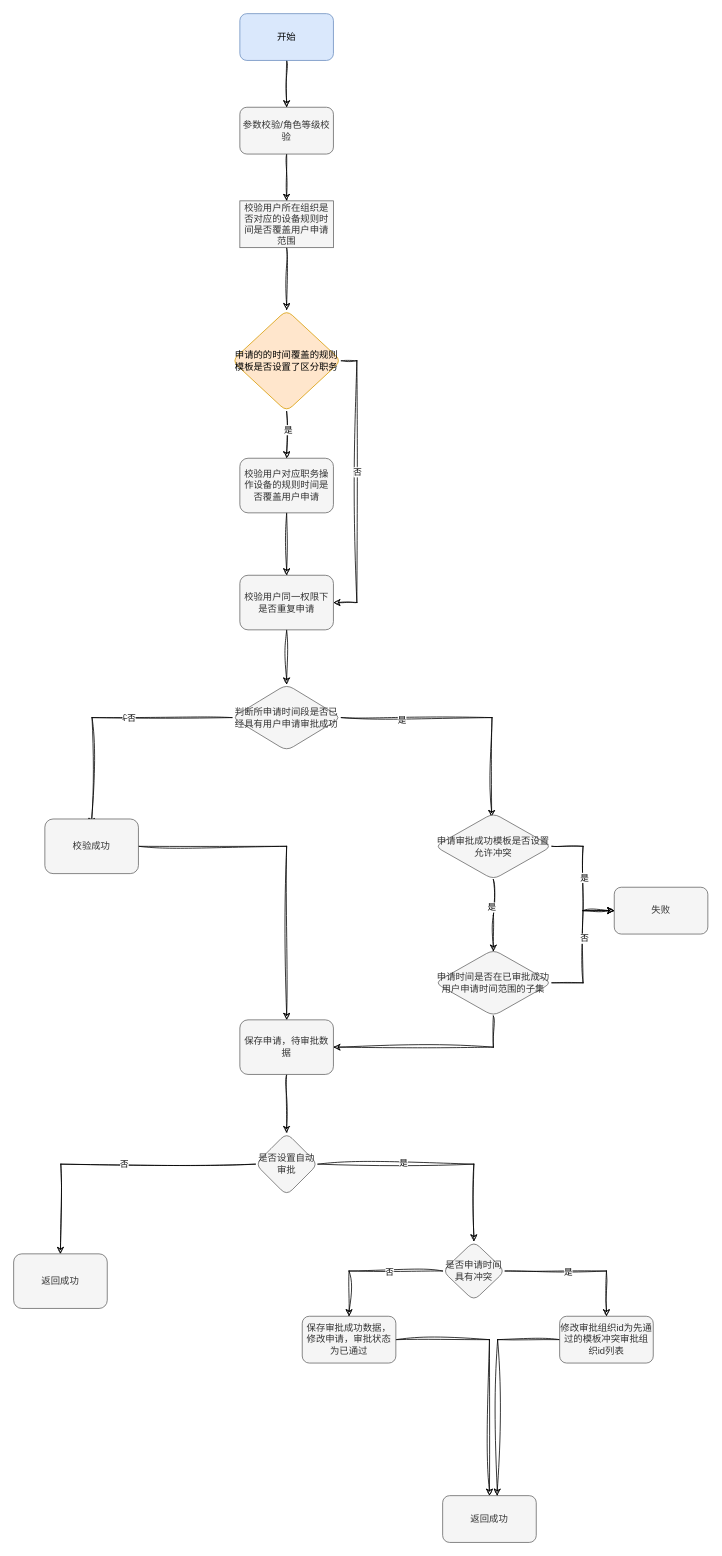
Above: 未命名绘图.drawio in yp001001/api-gateway (draw.io), before the change. Source tidied: cells renumbered, new cells numbered last; positions are measured from the earlier drawing's top-left corner, leaving out a move shared by most shapes. Both pictures are drawn from the tidied source at 78%, with x=0, y=0 at pixel (13, 13).
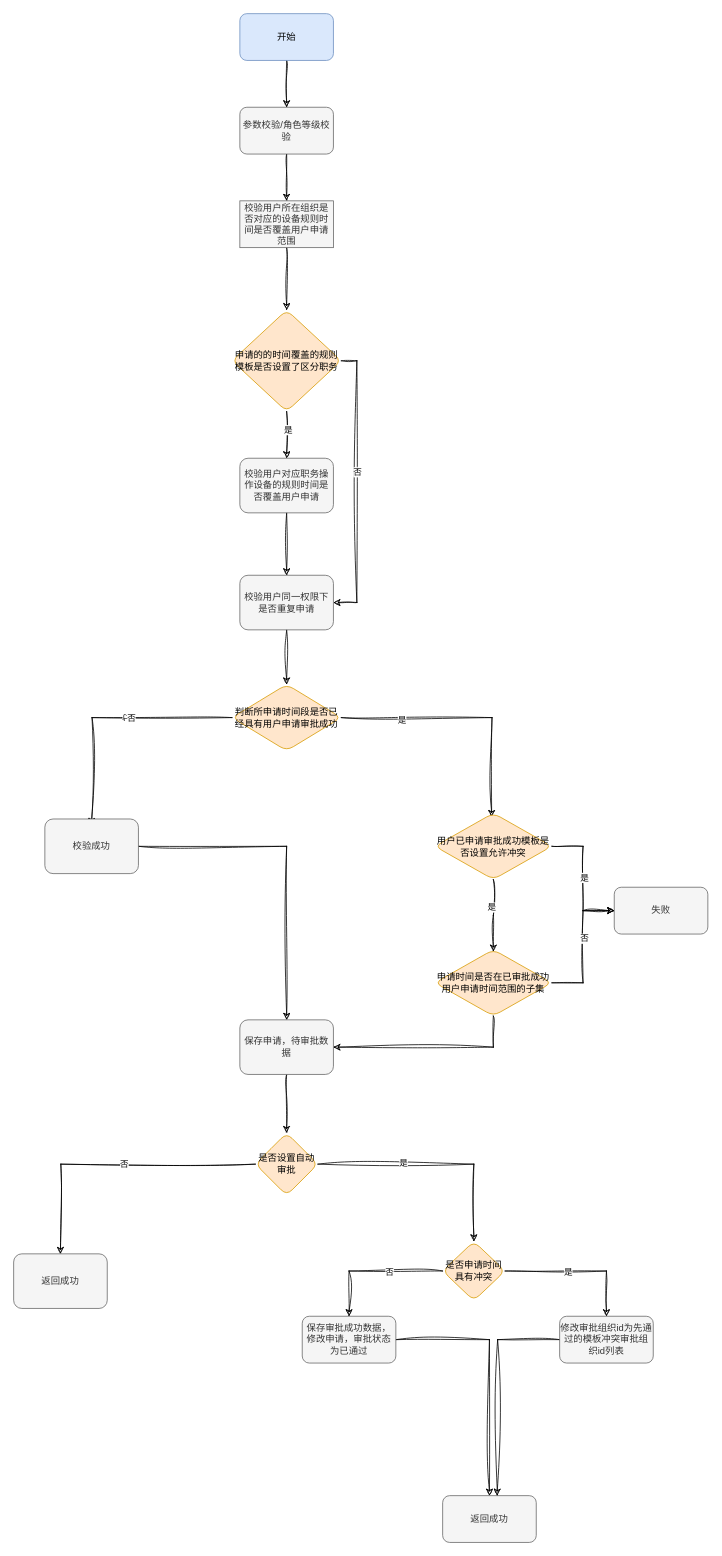
The same diagram, later.

Commit message:
更新申请流程图.drawio

Diff of the diagram source:
```diff
@@
-    <mxCell id="21" value="判断所申请时间段是否已经具有用户申请审批成功" style="rhombus;whiteSpace=wrap;html=1;fillColor=#f5f5f5;strokeColor=#666666;fontColor=#333333;rounded=1;" parent="1" vertex="1">
+    <mxCell id="21" value="判断所申请时间段是否已经具有用户申请审批成功" style="rhombus;whiteSpace=wrap;html=1;fillColor=#ffe6cc;strokeColor=#d79b00;rounded=1;" parent="1" vertex="1">
       <mxGeometry x="280" y="860" width="140" height="85" as="geometry" />
     </mxCell>
@@
-    <mxCell id="28" value="申请审批成功模板是否设置允许冲突" style="rhombus;whiteSpace=wrap;html=1;fillColor=#f5f5f5;strokeColor=#666666;fontColor=#333333;rounded=1;" parent="1" vertex="1">
+    <mxCell id="28" value="用户已申请审批成功模板是否设置允许冲突" style="rhombus;whiteSpace=wrap;html=1;fillColor=#ffe6cc;strokeColor=#d79b00;rounded=1;" parent="1" vertex="1">
       <mxGeometry x="540" y="1025" width="150" height="85" as="geometry" />
     </mxCell>
@@
-    <mxCell id="36" value="是否设置自动审批" style="rhombus;whiteSpace=wrap;html=1;fillColor=#f5f5f5;strokeColor=#666666;fontColor=#333333;rounded=1;" parent="1" vertex="1">
+    <mxCell id="36" value="是否设置自动审批" style="rhombus;whiteSpace=wrap;html=1;fillColor=#ffe6cc;strokeColor=#d79b00;rounded=1;" parent="1" vertex="1">
       <mxGeometry x="310" y="1435" width="80" height="80" as="geometry" />
     </mxCell>
@@
-    <mxCell id="42" value="是否申请时间具有冲突" style="rhombus;whiteSpace=wrap;html=1;fillColor=#f5f5f5;strokeColor=#666666;fontColor=#333333;rounded=1;" parent="1" vertex="1">
+    <mxCell id="42" value="是否申请时间具有冲突" style="rhombus;whiteSpace=wrap;html=1;fillColor=#ffe6cc;strokeColor=#d79b00;rounded=1;" parent="1" vertex="1">
       <mxGeometry x="550" y="1574" width="80" height="76" as="geometry" />
     </mxCell>
@@
-    <mxCell id="49" value="申请时间是否在已审批成功用户申请时间范围的子集" style="rhombus;whiteSpace=wrap;html=1;fillColor=#f5f5f5;strokeColor=#666666;fontColor=#333333;rounded=1;" parent="1" vertex="1">
+    <mxCell id="49" value="申请时间是否在已审批成功用户申请时间范围的子集" style="rhombus;whiteSpace=wrap;html=1;fillColor=#ffe6cc;strokeColor=#d79b00;rounded=1;" parent="1" vertex="1">
       <mxGeometry x="540" y="1200" width="150" height="85" as="geometry" />
     </mxCell>
```
